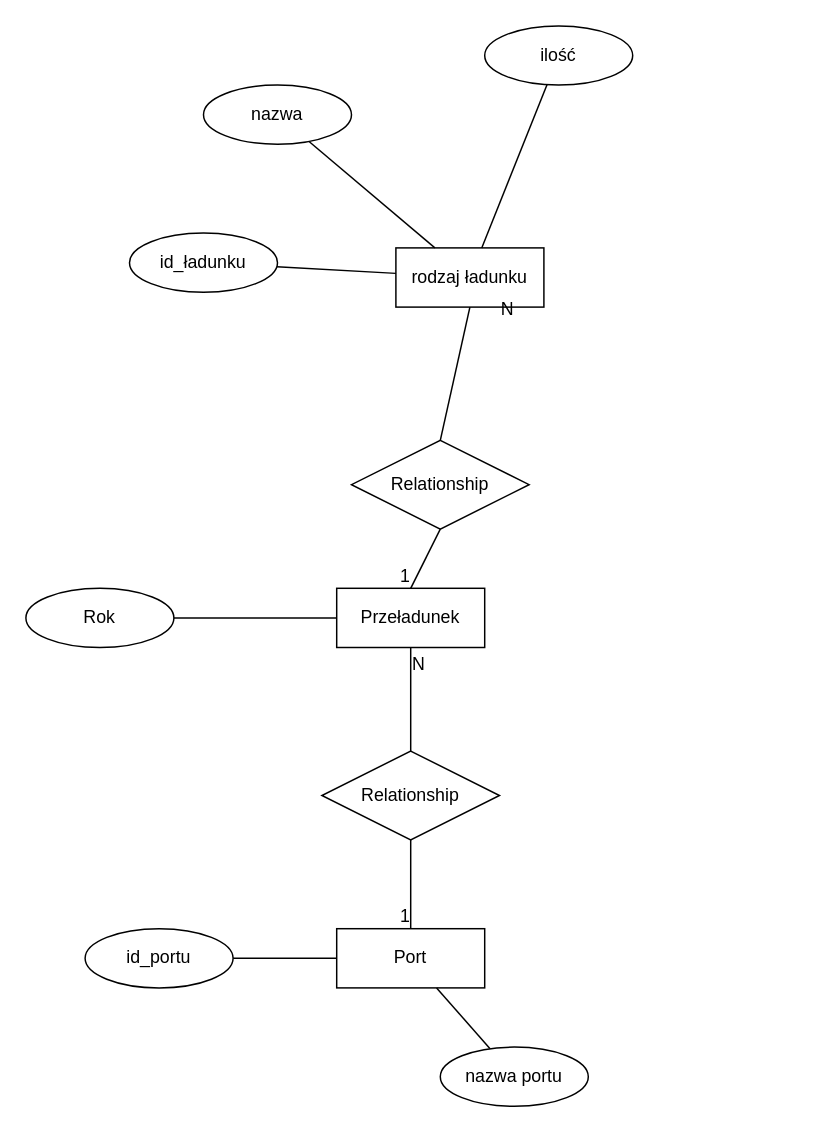
Above: porty.drawio in finalkiwii/databases-umbrellas (draw.io), before the change. Source tidied: cells renumbered, new cells numbered last; positions are measured from the earlier drawing's top-left corner, leaving out a move shared by most shapes. Both pictures are drawn from the tidied source at 148%, with x=0, y=0 at pixel (25, 25).
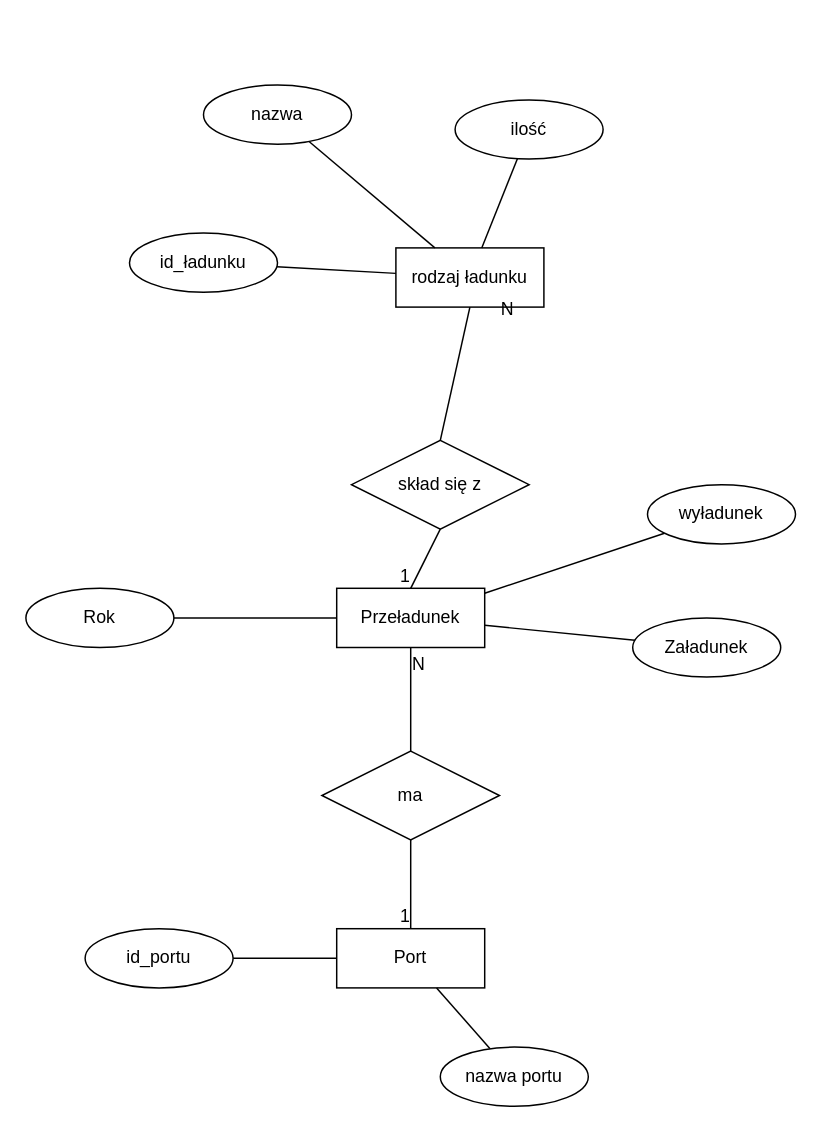
The same page after the edit.

The change refers to these unchanged cells:
```xml
<mxCell id="2" value="Przeładunek" style="whiteSpace=wrap;html=1;align=center;" parent="1" vertex="1">
  <mxGeometry x="210" y="380" width="100" height="40" as="geometry" />
</mxCell>
```

Diff of the diagram source:
```diff
@@
-    <mxCell id="5" value="Relationship" style="shape=rhombus;perimeter=rhombusPerimeter;whiteSpace=wrap;html=1;align=center;" parent="1" vertex="1">
+    <mxCell id="5" value="ma" style="shape=rhombus;perimeter=rhombusPerimeter;whiteSpace=wrap;html=1;align=center;" parent="1" vertex="1">
       <mxGeometry x="200" y="490" width="120" height="60" as="geometry" />
     </mxCell>
@@
-    <mxCell id="10" value="Relationship" style="shape=rhombus;perimeter=rhombusPerimeter;whiteSpace=wrap;html=1;align=center;" parent="1" vertex="1">
+    <mxCell id="10" value="skład się z" style="shape=rhombus;perimeter=rhombusPerimeter;whiteSpace=wrap;html=1;align=center;" parent="1" vertex="1">
       <mxGeometry x="220" y="280" width="120" height="60" as="geometry" />
     </mxCell>
@@
     <mxCell id="20" value="ilość" style="ellipse;whiteSpace=wrap;html=1;align=center;" parent="1" vertex="1">
-      <mxGeometry x="310" width="100" height="40" as="geometry" />
+      <mxGeometry x="290" y="50" width="100" height="40" as="geometry" />
     </mxCell>
@@
+    <mxCell id="27" style="edgeStyle=none;rounded=0;jettySize=auto;html=1;endArrow=none;endFill=0;" parent="1" edge="1" source="28" target="2">
+      <mxGeometry relative="1" as="geometry" />
+    </mxCell>
+    <mxCell id="28" value="wyładunek" style="ellipse;whiteSpace=wrap;html=1;align=center;" parent="1" vertex="1">
+      <mxGeometry x="420" y="310" width="100" height="40" as="geometry" />
+    </mxCell>
+    <mxCell id="29" style="edgeStyle=none;rounded=0;jettySize=auto;html=1;endArrow=none;endFill=0;" parent="1" edge="1" source="30" target="2">
+      <mxGeometry relative="1" as="geometry" />
+    </mxCell>
+    <mxCell id="30" value="Załadunek" style="ellipse;whiteSpace=wrap;html=1;align=center;" parent="1" vertex="1">
+      <mxGeometry x="410" y="400" width="100" height="40" as="geometry" />
+    </mxCell>
```
